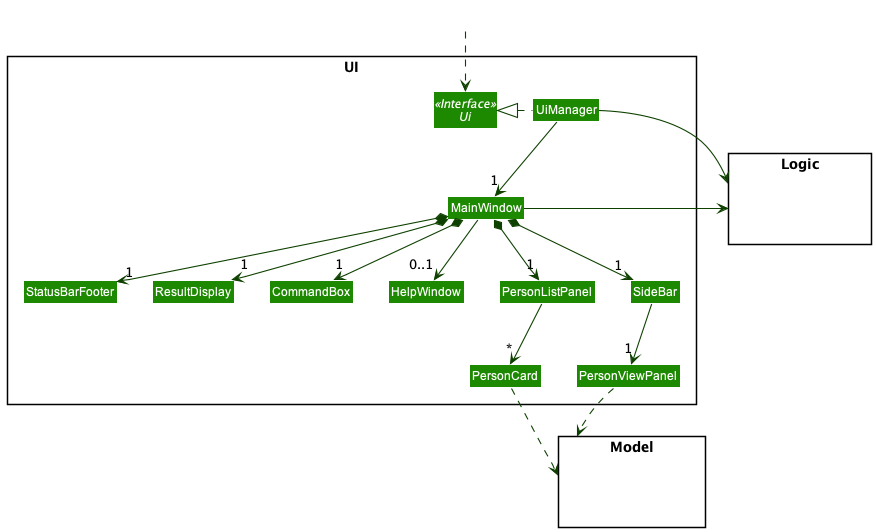
The PlantUML diagram docs/images/UiClassDiagram.png in nus-cs2103-AY2122S1/tp, before a commit.
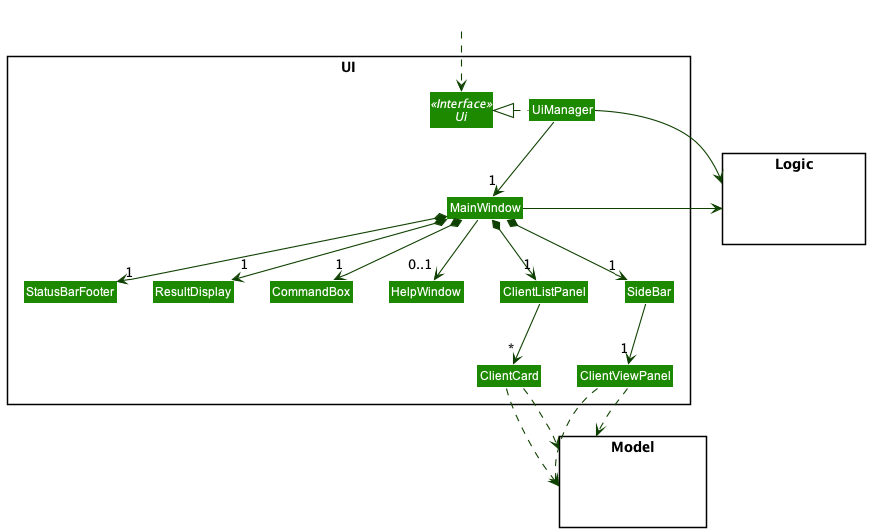
After the commit.

Diff of the diagram source:
```diff
@@ -10,11 +10,11 @@
 Class MainWindow
 Class HelpWindow
 Class ResultDisplay
-Class PersonListPanel
-Class PersonCard
+Class ClientListPanel
+Class ClientCard
 Class StatusBarFooter
 Class SideBar
-Class PersonViewPanel
+Class ClientViewPanel
 Class CommandBox
 }
 
@@ -33,20 +33,22 @@
 UiManager -down-> "1" MainWindow
 MainWindow *-down->  "1" CommandBox
 MainWindow *-down-> "1" ResultDisplay
-MainWindow *-down-> "1" PersonListPanel
+MainWindow *-down-> "1" ClientListPanel
 MainWindow *-down-> "1" StatusBarFooter
 MainWindow *-down-> "1" SideBar
 MainWindow --> "0..1" HelpWindow
 
-PersonListPanel -down-> "*" PersonCard
-SideBar -down-> "1" PersonViewPanel
+ClientListPanel -down-> "*" ClientCard
+SideBar -down-> "1" ClientViewPanel
 
-PersonCard ..> Model
-PersonViewPanel ..> Model
+ClientCard ..> Model
+ClientViewPanel ..> Model
+ClientCard ..> Model
+ClientViewPanel ..> Model
 UiManager -right-> Logic
 MainWindow -left-> Logic
 
-PersonListPanel -[hidden]left- HelpWindow
+ClientListPanel -[hidden]left- HelpWindow
 HelpWindow -[hidden]left- CommandBox
 CommandBox -[hidden]left- ResultDisplay
 ResultDisplay -[hidden]left- StatusBarFooter
```
